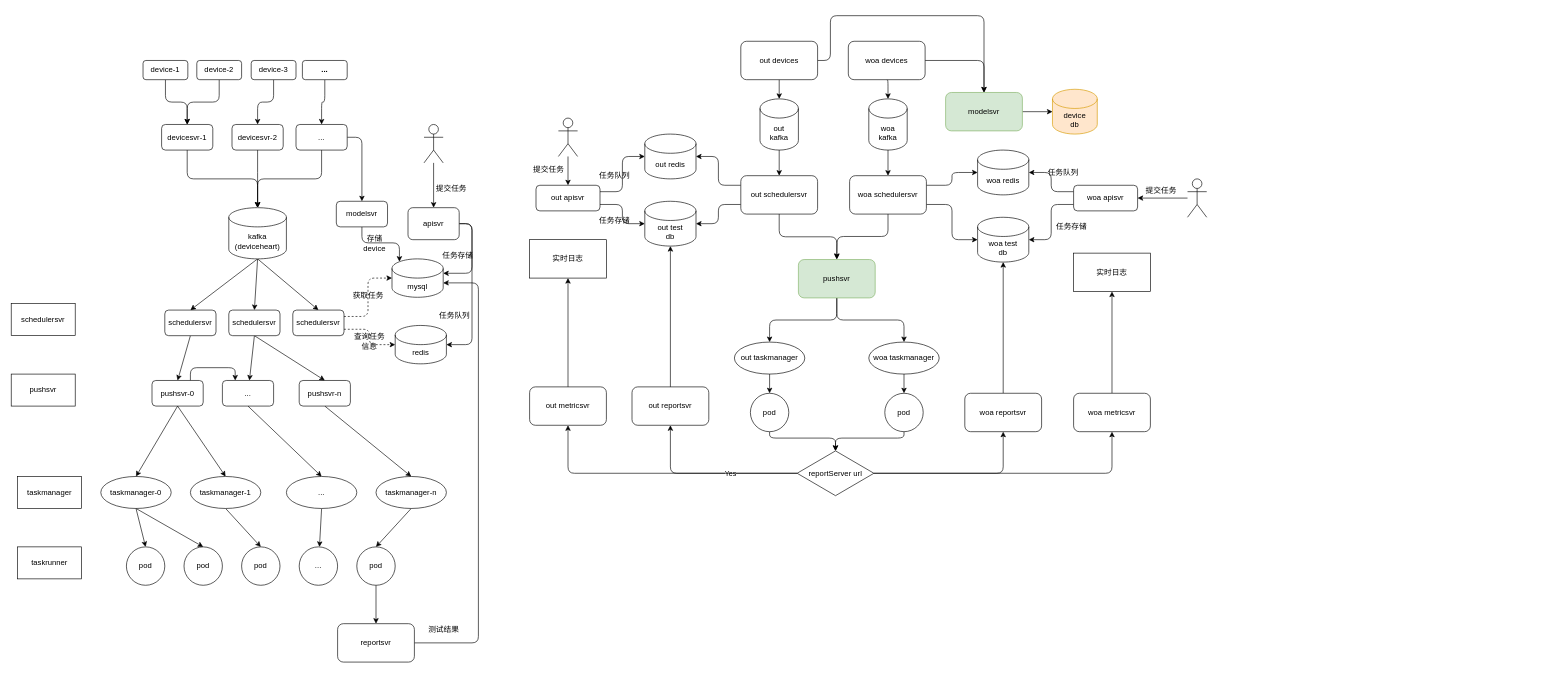
The draw.io diagram 云测调度流程.drawio in zhufuyin/draw, before the edit. Source tidied: cells renumbered, new cells numbered last; positions are measured from the earlier drawing's top-left corner, leaving out a move shared by most shapes. Both pictures are drawn from the tidied source at 64%, with x=0, y=0 at pixel (11, 15).
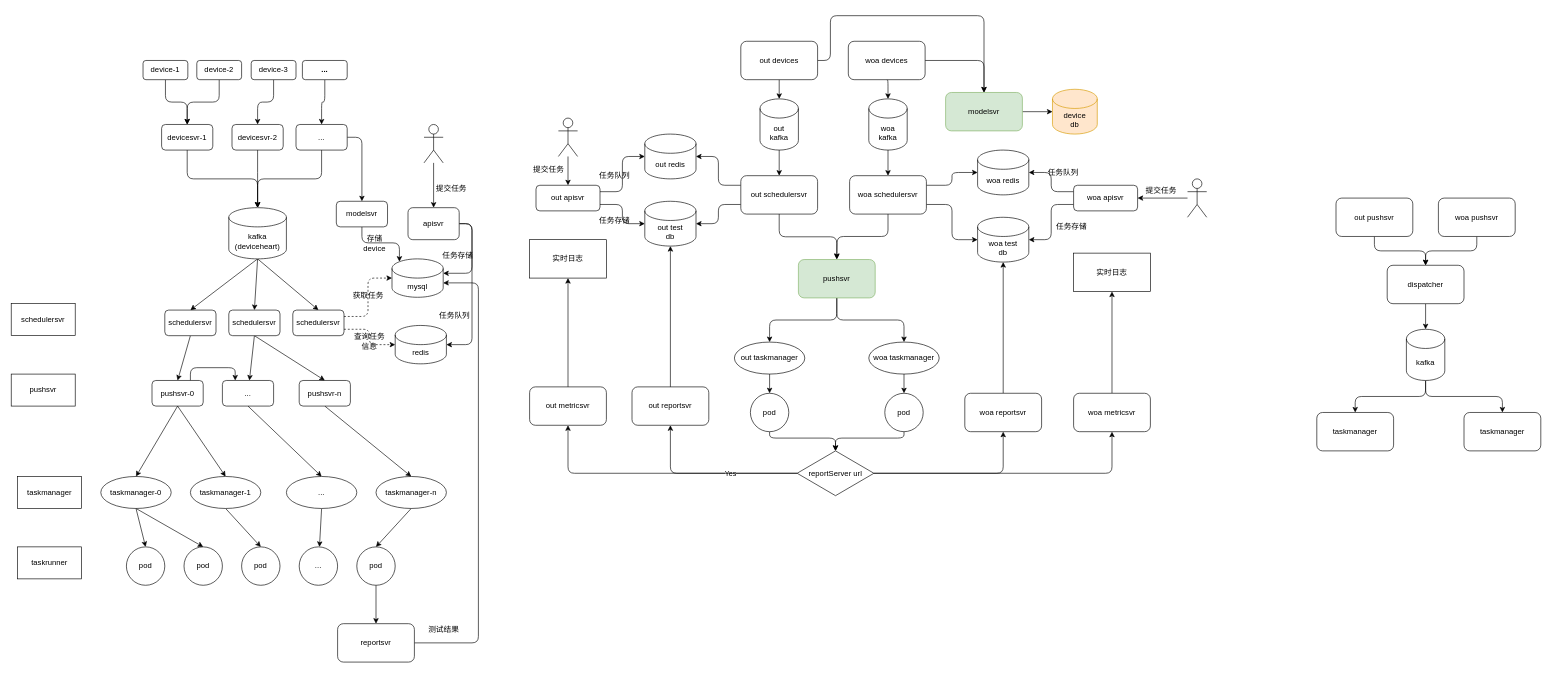
The same diagram, later.

Commit message:
更新云测调度流程.drawio

Change to the diagram source:
```diff
@@
+    <mxCell id="141" style="edgeStyle=orthogonalEdgeStyle;rounded=1;jettySize=auto;html=1;exitX=0.5;exitY=1;exitDx=0;exitDy=0;" parent="1" edge="1" source="142" target="146">
+      <mxGeometry relative="1" as="geometry" />
+    </mxCell>
+    <mxCell id="142" value="out pushsvr" style="rounded=1;whiteSpace=wrap;html=1;" parent="1" vertex="1">
+      <mxGeometry x="2070" y="285" width="120" height="60" as="geometry" />
+    </mxCell>
+    <mxCell id="143" style="edgeStyle=orthogonalEdgeStyle;rounded=1;jettySize=auto;html=1;exitX=0.5;exitY=1;exitDx=0;exitDy=0;entryX=0.5;entryY=0;entryDx=0;entryDy=0;" parent="1" edge="1" source="144" target="146">
+      <mxGeometry relative="1" as="geometry" />
+    </mxCell>
+    <mxCell id="144" value="woa pushsvr" style="rounded=1;whiteSpace=wrap;html=1;" parent="1" vertex="1">
+      <mxGeometry x="2230" y="285" width="120" height="60" as="geometry" />
+    </mxCell>
+    <mxCell id="145" style="edgeStyle=orthogonalEdgeStyle;rounded=1;jettySize=auto;html=1;exitX=0.5;exitY=1;exitDx=0;exitDy=0;entryX=0.5;entryY=0;entryDx=0;entryDy=0;entryPerimeter=0;" parent="1" edge="1" source="146" target="149">
+      <mxGeometry relative="1" as="geometry" />
+    </mxCell>
+    <mxCell id="146" value="dispatcher" style="rounded=1;whiteSpace=wrap;html=1;" parent="1" vertex="1">
+      <mxGeometry x="2150" y="390" width="120" height="60" as="geometry" />
+    </mxCell>
+    <mxCell id="147" style="edgeStyle=orthogonalEdgeStyle;rounded=1;jettySize=auto;html=1;exitX=0.5;exitY=1;exitDx=0;exitDy=0;exitPerimeter=0;entryX=0.5;entryY=0;entryDx=0;entryDy=0;" parent="1" edge="1" source="149" target="150">
+      <mxGeometry relative="1" as="geometry" />
+    </mxCell>
+    <mxCell id="148" style="edgeStyle=orthogonalEdgeStyle;rounded=1;jettySize=auto;html=1;exitX=0.5;exitY=1;exitDx=0;exitDy=0;exitPerimeter=0;entryX=0.5;entryY=0;entryDx=0;entryDy=0;" parent="1" edge="1" source="149" target="151">
+      <mxGeometry relative="1" as="geometry" />
+    </mxCell>
+    <mxCell id="149" value="kafka" style="shape=cylinder3;whiteSpace=wrap;html=1;boundedLbl=1;backgroundOutline=1;size=15;" parent="1" vertex="1">
+      <mxGeometry x="2180" y="490" width="60" height="80" as="geometry" />
+    </mxCell>
+    <mxCell id="150" value="taskmanager" style="rounded=1;whiteSpace=wrap;html=1;" parent="1" vertex="1">
+      <mxGeometry x="2040" y="620" width="120" height="60" as="geometry" />
+    </mxCell>
+    <mxCell id="151" value="taskmanager" style="rounded=1;whiteSpace=wrap;html=1;" parent="1" vertex="1">
+      <mxGeometry x="2270" y="620" width="120" height="60" as="geometry" />
+    </mxCell>
```
